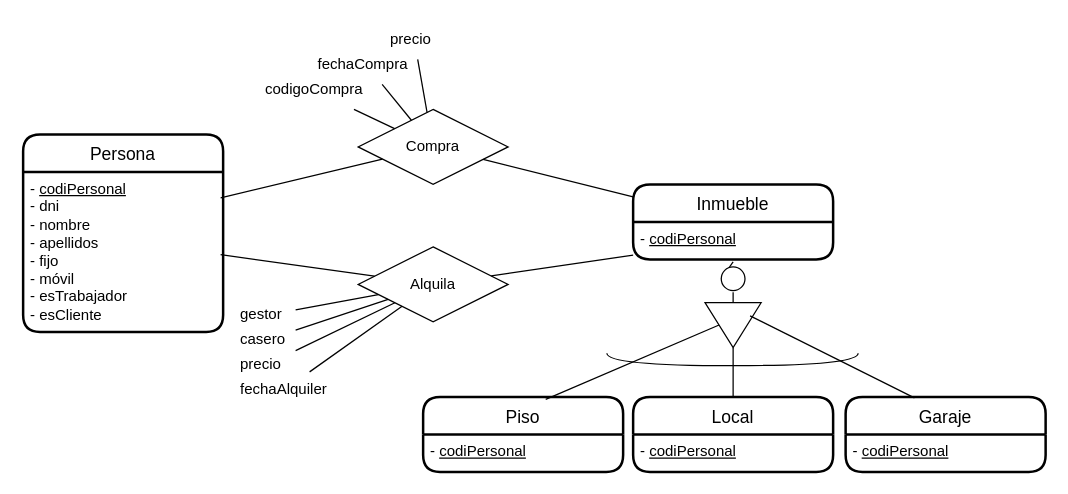
Above: ex18.drawio in JuanMarinG/TA12_MYSQL (draw.io), before the change. Source tidied: cells renumbered, new cells numbered last; positions are measured from the earlier drawing's top-left corner, leaving out a move shared by most shapes. Both pictures are drawn from the tidied source at 125%, with x=0, y=0 at pixel (22, 21).
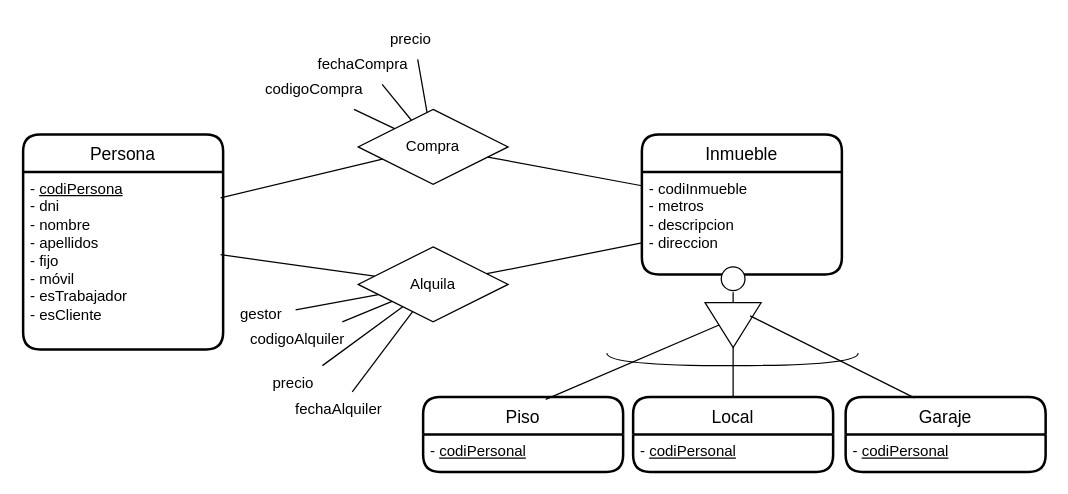
Above is the later version.

Commit message:
actualizacion atributos

What changed in the source:
```diff
@@
     <mxCell id="2" value="Persona" style="swimlane;horizontal=1;startSize=30;rounded=1;fontSize=14;fontStyle=0;strokeWidth=2;shadow=0;align=center;fillStyle=auto;gradientColor=none;swimlaneFillColor=none;fillColor=default;sketch=0;glass=0;swimlaneLine=1;perimeterSpacing=0;" parent="1" vertex="1">
-      <mxGeometry y="90" width="160" height="158" as="geometry" />
+      <mxGeometry y="90" width="160" height="172" as="geometry" />
     </mxCell>
-    <mxCell id="3" value="- &lt;u&gt;codiPersonal&lt;br&gt;&lt;/u&gt;- dni&lt;br&gt;- nombre&lt;br&gt;- apellidos&lt;br&gt;- fijo&lt;br&gt;&lt;div&gt;- móvil&lt;/div&gt;&lt;div&gt;- esTrabajador&lt;/div&gt;&lt;div&gt;- esCliente&lt;br&gt;&lt;/div&gt;&lt;div&gt;&lt;br&gt;&lt;/div&gt;" style="text;html=1;align=left;verticalAlign=top;strokeColor=none;fillColor=none;spacingLeft=4;" parent="2" vertex="1">
+    <mxCell id="3" value="- &lt;u&gt;codiPersona&lt;br&gt;&lt;/u&gt;- dni&lt;br&gt;- nombre&lt;br&gt;- apellidos&lt;br&gt;- fijo&lt;br&gt;&lt;div&gt;- móvil&lt;/div&gt;&lt;div&gt;- esTrabajador&lt;/div&gt;&lt;div&gt;- esCliente&lt;br&gt;&lt;/div&gt;&lt;div&gt;&lt;br&gt;&lt;/div&gt;" style="text;html=1;align=left;verticalAlign=top;strokeColor=none;fillColor=none;spacingLeft=4;" parent="2" vertex="1">
       <mxGeometry y="30" width="160" height="142" as="geometry" />
     </mxCell>
     <mxCell id="4" value="&lt;br&gt;" style="text;html=1;align=left;verticalAlign=top;strokeColor=none;fillColor=none;spacingLeft=4;" parent="2" vertex="1">
-      <mxGeometry y="172" width="160" height="-14" as="geometry" />
+      <mxGeometry y="172" width="160" as="geometry" />
     </mxCell>
@@
     <mxCell id="7" value="Inmueble" style="swimlane;horizontal=1;startSize=30;rounded=1;fontSize=14;fontStyle=0;strokeWidth=2;shadow=0;align=center;fillStyle=auto;gradientColor=none;swimlaneFillColor=none;fillColor=default;sketch=0;glass=0;swimlaneLine=1;perimeterSpacing=0;" parent="1" vertex="1">
-      <mxGeometry x="488" y="130" width="160" height="60" as="geometry" />
+      <mxGeometry x="495" y="90" width="160" height="112" as="geometry" />
     </mxCell>
-    <mxCell id="8" value="- &lt;u&gt;codiPersonal&lt;/u&gt;" style="text;html=1;align=left;verticalAlign=top;points=[];strokeColor=none;fillColor=none;spacingLeft=4;" parent="7" vertex="1">
-      <mxGeometry y="30" width="160" height="30" as="geometry" />
+    <mxCell id="8" value="&lt;div&gt;- codiInmueble&lt;/div&gt;&lt;div&gt;- metros&lt;/div&gt;&lt;div&gt;- descripcion&lt;br&gt;&lt;/div&gt;- direccion" style="text;html=1;align=left;verticalAlign=top;points=[];strokeColor=none;fillColor=none;spacingLeft=4;" parent="7" vertex="1">
+      <mxGeometry y="30" width="160" height="82" as="geometry" />
     </mxCell>
@@
-    <mxCell id="21" value="casero" style="text;strokeColor=none;fillColor=none;spacingLeft=4;spacingRight=4;overflow=hidden;points=[[0,0.5],[1,0.5]];portConstraint=eastwest;fontSize=12;" parent="1" vertex="1">
-      <mxGeometry x="168" y="240" width="50" height="30" as="geometry" />
+    <mxCell id="21" value="codigoAlquiler&#10;" style="text;strokeColor=none;fillColor=none;spacingLeft=4;spacingRight=4;overflow=hidden;points=[[0,0.5],[1,0.5]];portConstraint=eastwest;fontSize=12;" parent="1" vertex="1">
+      <mxGeometry x="176" y="240" width="86" height="30" as="geometry" />
     </mxCell>
@@
     <mxCell id="24" value="fechaAlquiler" style="text;strokeColor=none;fillColor=none;spacingLeft=4;spacingRight=4;overflow=hidden;points=[[0,0.5],[1,0.5]];portConstraint=eastwest;fontSize=12;" parent="1" vertex="1">
-      <mxGeometry x="168" y="280" width="80" height="30" as="geometry" />
+      <mxGeometry x="212" y="296" width="80" height="30" as="geometry" />
     </mxCell>
     <mxCell id="25" value="precio" style="text;strokeColor=none;fillColor=none;spacingLeft=4;spacingRight=4;overflow=hidden;points=[[0,0.5],[1,0.5]];portConstraint=eastwest;fontSize=12;" parent="1" vertex="1">
-      <mxGeometry x="168" y="260" width="50" height="30" as="geometry" />
+      <mxGeometry x="194" y="275" width="50" height="30" as="geometry" />
     </mxCell>
```
